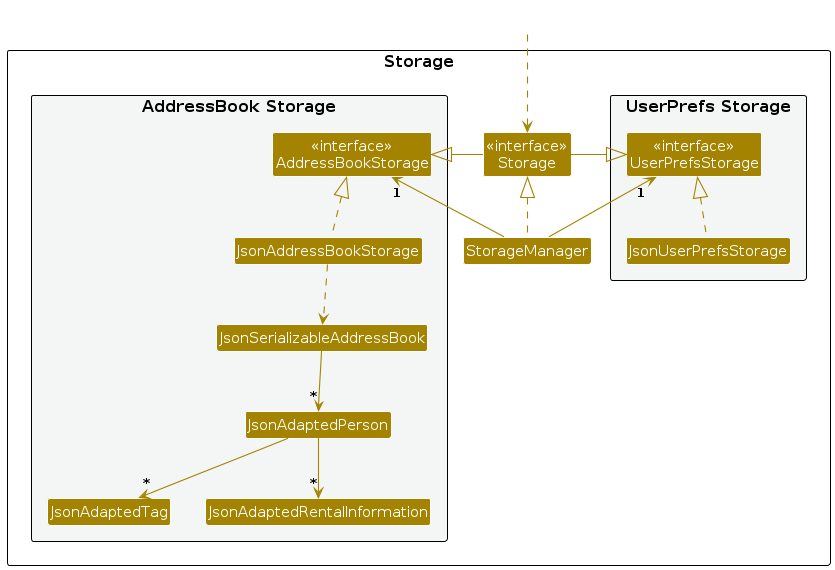
Earlier version of the PlantUML export diagrams/StorageClassDiagram.png (AY2425S1-CS2103T-T15-1/tp). Its source is kept beside it as diagrams/StorageClassDiagram.puml. Source of this version:
```plantuml
@startuml
!include style.puml
skinparam arrowThickness 1.1
skinparam arrowColor STORAGE_COLOR
skinparam classBackgroundColor STORAGE_COLOR

package Storage as StoragePackage {

package "UserPrefs Storage" #F4F6F6{
Class "<<interface>>\nUserPrefsStorage" as UserPrefsStorage
Class JsonUserPrefsStorage
}

Class "<<interface>>\nStorage" as Storage
Class StorageManager

package "AddressBook Storage" #F4F6F6{
Class "<<interface>>\nAddressBookStorage" as AddressBookStorage
Class JsonAddressBookStorage
Class JsonSerializableAddressBook
Class JsonAdaptedPerson
Class JsonAdaptedTag
Class JsonAdaptedRentalInformation
}

}

Class HiddenOutside #FFFFFF
HiddenOutside ..> Storage

StorageManager .up.|> Storage
StorageManager -up-> "1" UserPrefsStorage
StorageManager -up-> "1" AddressBookStorage

Storage -left-|> UserPrefsStorage
Storage -right-|> AddressBookStorage

JsonUserPrefsStorage .up.|> UserPrefsStorage
JsonAddressBookStorage .up.|> AddressBookStorage
JsonAddressBookStorage ..> JsonSerializableAddressBook
JsonSerializableAddressBook --> "*" JsonAdaptedPerson
JsonAdaptedPerson --> "*" JsonAdaptedTag
JsonAdaptedPerson --> "*" JsonAdaptedRentalInformation

@enduml
```
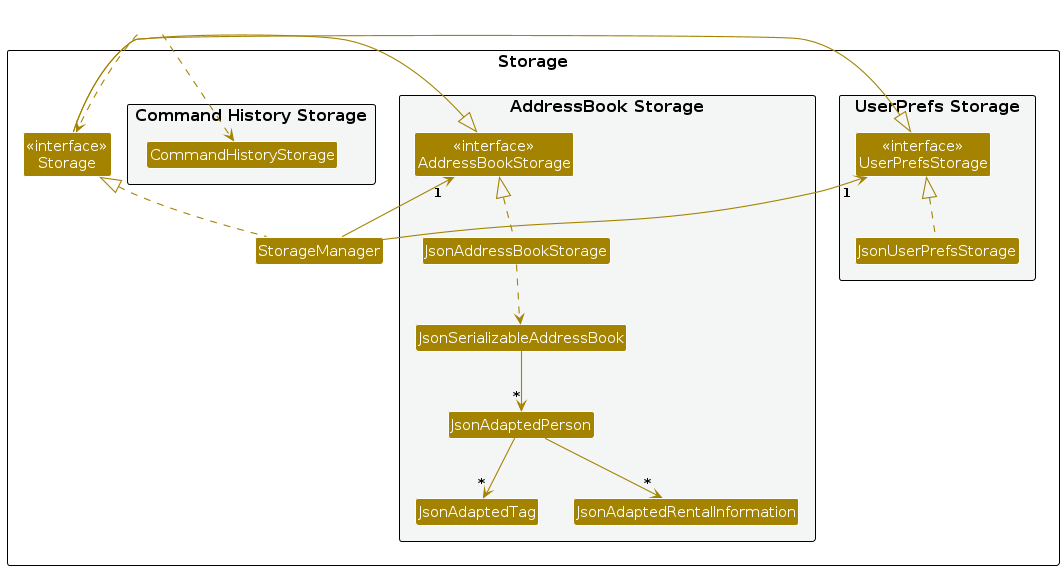
The same file after the commit.

Diff of the diagram source:
```diff
@@ -12,6 +12,7 @@
 }
 
 Class "<<interface>>\nStorage" as Storage
+
 Class StorageManager
 
 package "AddressBook Storage" #F4F6F6{
@@ -23,10 +24,17 @@
 Class JsonAdaptedRentalInformation
 }
 
+package "Command History Storage" #F4F6F6{
+Class "CommandHistoryStorage" as CmdHistStorage
+}
+
 }
 
 Class HiddenOutside #FFFFFF
 HiddenOutside ..> Storage
+
+Class HiddenOutside #FFFFFF
+HiddenOutside ..> CmdHistStorage
 
 StorageManager .up.|> Storage
 StorageManager -up-> "1" UserPrefsStorage
```
